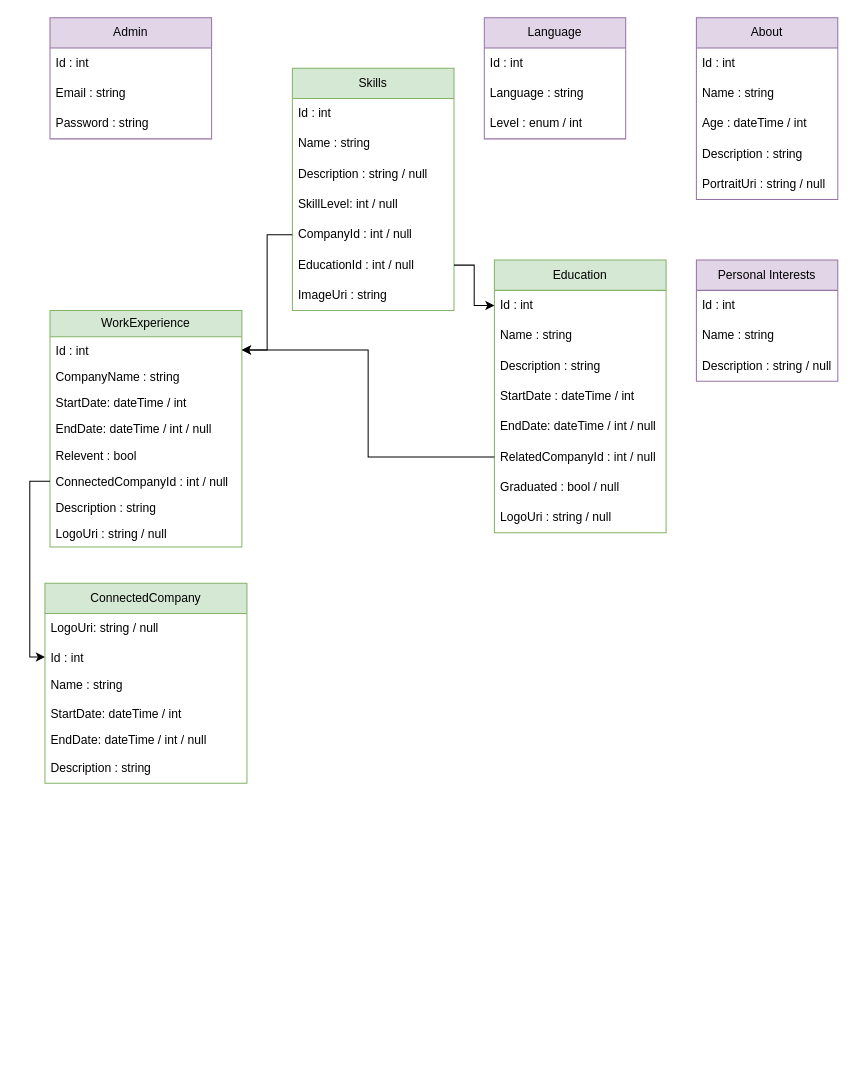
This is Planning/Backend/DatabaseSchema.drawio from Agent00bad/Examensarbete, a draw.io file, before an edit. Source tidied: cells renumbered, new cells numbered last; positions are measured from the earlier drawing's top-left corner, leaving out a move shared by most shapes. Both pictures are drawn from the tidied source at 101%, with x=0, y=0 at pixel (44, 17).
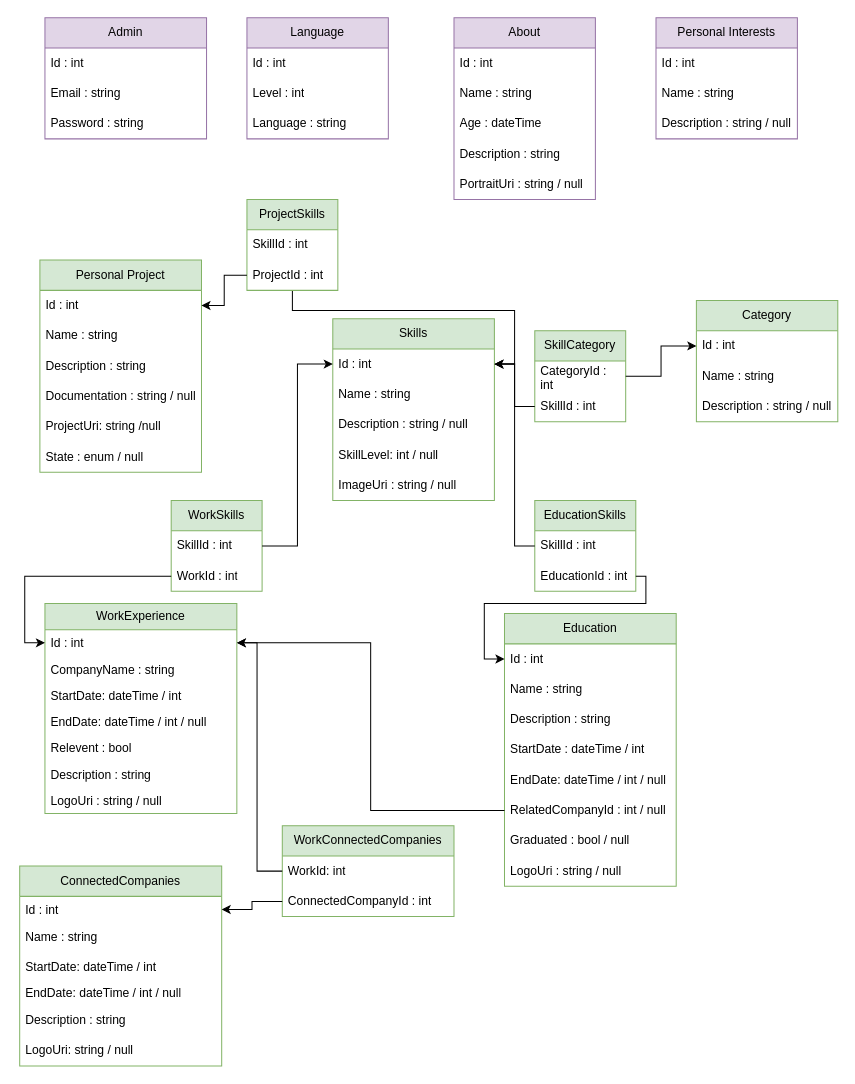
The same diagram, later.

The change refers to these unchanged cells:
```xml
<mxCell id="7" value="Id : int" style="text;strokeColor=none;fillColor=none;align=left;verticalAlign=top;spacingLeft=4;spacingRight=4;overflow=hidden;points=[[0,0.5],[1,0.5]];portConstraint=eastwest;whiteSpace=wrap;html=1;" parent="6" vertex="1">
  <mxGeometry y="26" width="190" height="26" as="geometry" />
</mxCell>
<mxCell id="23" value="Id : int" style="text;strokeColor=none;fillColor=none;align=left;verticalAlign=middle;spacingLeft=4;spacingRight=4;overflow=hidden;points=[[0,0.5],[1,0.5]];portConstraint=eastwest;whiteSpace=wrap;html=1;" parent="22" vertex="1">
  <mxGeometry y="30" width="160" height="30" as="geometry" />
</mxCell>
<mxCell id="32" value="Id : int" style="text;strokeColor=none;fillColor=none;align=left;verticalAlign=middle;spacingLeft=4;spacingRight=4;overflow=hidden;points=[[0,0.5],[1,0.5]];portConstraint=eastwest;whiteSpace=wrap;html=1;" parent="31" vertex="1">
  <mxGeometry y="30" width="170" height="30" as="geometry" />
</mxCell>
```

The edit, as a diff of the source:
```diff
@@
     <mxCell id="2" value="Admin" style="swimlane;fontStyle=0;horizontal=1;startSize=30;whiteSpace=wrap;html=1;fillColor=#e1d5e7;strokeColor=#9673a6;" parent="1" vertex="1">
-      <mxGeometry x="5" width="160" height="120" as="geometry" />
+      <mxGeometry width="160" height="120" as="geometry" />
     </mxCell>
@@
     <mxCell id="6" value="WorkExperience" style="swimlane;fontStyle=0;horizontal=1;startSize=26;fillColor=#d5e8d4;whiteSpace=wrap;html=1;strokeColor=#82b366;" parent="1" vertex="1">
-      <mxGeometry x="5" y="290" width="190" height="234" as="geometry" />
+      <mxGeometry y="580" width="190" height="208" as="geometry" />
     </mxCell>
@@
-    <mxCell id="12" value="ConnectedCompanyId : int / null" style="text;align=left;verticalAlign=top;spacingLeft=4;spacingRight=4;overflow=hidden;points=[[0,0.5],[1,0.5]];portConstraint=eastwest;whiteSpace=wrap;html=1;" parent="6" vertex="1">
-      <mxGeometry y="156" width="190" height="26" as="geometry" />
-    </mxCell>
     <mxCell id="13" value="Description : string" style="text;strokeColor=none;fillColor=none;align=left;verticalAlign=top;spacingLeft=4;spacingRight=4;overflow=hidden;whiteSpace=wrap;html=1;" parent="6" vertex="1">
-      <mxGeometry y="182" width="190" height="26" as="geometry" />
+      <mxGeometry y="156" width="190" height="26" as="geometry" />
     </mxCell>
     <mxCell id="14" value="LogoUri : string / null" style="text;strokeColor=none;fillColor=none;align=left;verticalAlign=top;spacingLeft=4;spacingRight=4;overflow=hidden;whiteSpace=wrap;html=1;" parent="6" vertex="1">
-      <mxGeometry y="208" width="190" height="26" as="geometry" />
+      <mxGeometry y="182" width="190" height="26" as="geometry" />
     </mxCell>
-    <mxCell id="15" value="ConnectedCompany" style="swimlane;fontStyle=0;horizontal=1;startSize=30;whiteSpace=wrap;html=1;fillColor=#d5e8d4;strokeColor=#82b366;" parent="1" vertex="1">
-      <mxGeometry y="560" width="200" height="198" as="geometry" />
+    <mxCell id="15" value="ConnectedCompanies" style="swimlane;fontStyle=0;horizontal=1;startSize=30;whiteSpace=wrap;html=1;fillColor=#d5e8d4;strokeColor=#82b366;" parent="1" vertex="1">
+      <mxGeometry x="-25" y="840" width="200" height="198" as="geometry" />
     </mxCell>
-    <mxCell id="16" value="LogoUri: string / null" style="text;strokeColor=none;fillColor=none;align=left;verticalAlign=middle;spacingLeft=4;spacingRight=4;overflow=hidden;whiteSpace=wrap;html=1;" parent="15" vertex="1">
-      <mxGeometry y="30" width="200" height="30" as="geometry" />
-    </mxCell>
     <mxCell id="17" value="Id : int" style="text;strokeColor=none;fillColor=none;align=left;verticalAlign=top;spacingLeft=4;spacingRight=4;overflow=hidden;points=[[0,0.5],[1,0.5]];portConstraint=eastwest;whiteSpace=wrap;html=1;" parent="15" vertex="1">
-      <mxGeometry y="60" width="200" height="26" as="geometry" />
+      <mxGeometry y="30" width="200" height="26" as="geometry" />
     </mxCell>
     <mxCell id="18" value="Name : string" style="text;strokeColor=none;fillColor=none;align=left;verticalAlign=middle;spacingLeft=4;spacingRight=4;overflow=hidden;whiteSpace=wrap;html=1;" parent="15" vertex="1">
-      <mxGeometry y="86" width="200" height="30" as="geometry" />
+      <mxGeometry y="56" width="200" height="30" as="geometry" />
     </mxCell>
     <mxCell id="19" value="StartDate: dateTime / int" style="text;strokeColor=none;fillColor=none;align=left;verticalAlign=top;spacingLeft=4;spacingRight=4;overflow=hidden;whiteSpace=wrap;html=1;" parent="15" vertex="1">
-      <mxGeometry y="116" width="200" height="26" as="geometry" />
+      <mxGeometry y="86" width="200" height="26" as="geometry" />
     </mxCell>
     <mxCell id="20" value="EndDate: dateTime / int / null" style="text;strokeColor=none;fillColor=none;align=left;verticalAlign=top;spacingLeft=4;spacingRight=4;overflow=hidden;whiteSpace=wrap;html=1;" parent="15" vertex="1">
-      <mxGeometry y="142" width="200" height="26" as="geometry" />
+      <mxGeometry y="112" width="200" height="26" as="geometry" />
     </mxCell>
     <mxCell id="21" value="Description : string" style="text;strokeColor=none;fillColor=none;align=left;verticalAlign=middle;spacingLeft=4;spacingRight=4;overflow=hidden;whiteSpace=wrap;html=1;" parent="15" vertex="1">
-      <mxGeometry y="168" width="200" height="30" as="geometry" />
+      <mxGeometry y="138" width="200" height="30" as="geometry" />
     </mxCell>
+    <mxCell id="16" value="LogoUri: string / null" style="text;strokeColor=none;fillColor=none;align=left;verticalAlign=middle;spacingLeft=4;spacingRight=4;overflow=hidden;whiteSpace=wrap;html=1;" parent="15" vertex="1">
+      <mxGeometry y="168" width="200" height="30" as="geometry" />
+    </mxCell>
     <mxCell id="22" value="Skills" style="swimlane;fontStyle=0;horizontal=1;startSize=30;whiteSpace=wrap;html=1;fillColor=#d5e8d4;strokeColor=#82b366;" parent="1" vertex="1">
-      <mxGeometry x="245" y="50" width="160" height="240" as="geometry" />
+      <mxGeometry x="285" y="298" width="160" height="180" as="geometry" />
     </mxCell>
@@
-    <mxCell id="27" value="CompanyId : int / null" style="text;strokeColor=none;fillColor=none;align=left;verticalAlign=middle;spacingLeft=4;spacingRight=4;overflow=hidden;points=[[0,0.5],[1,0.5]];portConstraint=eastwest;whiteSpace=wrap;html=1;" parent="22" vertex="1">
-      <mxGeometry y="150" width="160" height="30" as="geometry" />
-    </mxCell>
-    <mxCell id="28" value="EducationId : int / null" style="text;strokeColor=none;fillColor=none;align=left;verticalAlign=middle;spacingLeft=4;spacingRight=4;overflow=hidden;points=[[0,0.5],[1,0.5]];portConstraint=eastwest;whiteSpace=wrap;html=1;" parent="22" vertex="1">
-      <mxGeometry y="180" width="160" height="30" as="geometry" />
-    </mxCell>
-    <mxCell id="29" value="ImageUri : string" style="text;align=left;verticalAlign=middle;spacingLeft=4;spacingRight=4;overflow=hidden;whiteSpace=wrap;html=1;" parent="22" vertex="1">
-      <mxGeometry y="210" width="160" height="30" as="geometry" />
+    <mxCell id="29" value="ImageUri : string / null" style="text;align=left;verticalAlign=middle;spacingLeft=4;spacingRight=4;overflow=hidden;whiteSpace=wrap;html=1;" parent="22" vertex="1">
+      <mxGeometry y="150" width="160" height="30" as="geometry" />
     </mxCell>
-    <mxCell id="30" style="edgeStyle=orthogonalEdgeStyle;rounded=0;jettySize=auto;html=1;entryX=1;entryY=0.5;entryDx=0;entryDy=0;" parent="1" edge="1" source="27" target="7">
-      <mxGeometry relative="1" as="geometry" />
-    </mxCell>
     <mxCell id="31" value="Education" style="swimlane;fontStyle=0;horizontal=1;startSize=30;whiteSpace=wrap;html=1;fillColor=#d5e8d4;strokeColor=#82b366;" parent="1" vertex="1">
-      <mxGeometry x="445" y="240" width="170" height="270" as="geometry" />
+      <mxGeometry x="455" y="590" width="170" height="270" as="geometry" />
     </mxCell>
@@
-    <mxCell id="40" style="edgeStyle=orthogonalEdgeStyle;rounded=0;jettySize=auto;html=1;entryX=0;entryY=0.5;entryDx=0;entryDy=0;" parent="1" edge="1" source="28" target="32">
-      <mxGeometry relative="1" as="geometry" />
-    </mxCell>
@@
     <mxCell id="42" value="About" style="swimlane;fontStyle=0;horizontal=1;startSize=30;whiteSpace=wrap;html=1;fillColor=#e1d5e7;strokeColor=#9673a6;" parent="1" vertex="1">
-      <mxGeometry x="645" width="140" height="180" as="geometry" />
+      <mxGeometry x="405" width="140" height="180" as="geometry" />
     </mxCell>
@@
-    <mxCell id="45" value="Age : dateTime / int" style="text;strokeColor=none;fillColor=none;align=left;verticalAlign=middle;spacingLeft=4;spacingRight=4;overflow=hidden;whiteSpace=wrap;html=1;" parent="42" vertex="1">
+    <mxCell id="45" value="Age : dateTime" style="text;strokeColor=none;fillColor=none;align=left;verticalAlign=middle;spacingLeft=4;spacingRight=4;overflow=hidden;whiteSpace=wrap;html=1;" parent="42" vertex="1">
       <mxGeometry y="90" width="140" height="30" as="geometry" />
     </mxCell>
@@
-    <mxCell id="48" style="edgeStyle=orthogonalEdgeStyle;rounded=0;jettySize=auto;html=1;entryX=0;entryY=0.5;entryDx=0;entryDy=0;" parent="1" edge="1" source="12" target="17">
-      <mxGeometry relative="1" as="geometry" />
-    </mxCell>
     <mxCell id="49" value="Language" style="swimlane;fontStyle=0;horizontal=1;startSize=30;whiteSpace=wrap;html=1;fillColor=#e1d5e7;strokeColor=#9673a6;" parent="1" vertex="1">
-      <mxGeometry x="435" width="140" height="120" as="geometry" />
+      <mxGeometry x="200" width="140" height="120" as="geometry" />
     </mxCell>
@@
+    <mxCell id="52" value="Level : int" style="text;strokeColor=none;fillColor=none;align=left;verticalAlign=middle;spacingLeft=4;spacingRight=4;overflow=hidden;whiteSpace=wrap;html=1;" parent="49" vertex="1">
+      <mxGeometry y="60" width="140" height="30" as="geometry" />
+    </mxCell>
     <mxCell id="51" value="Language : string " style="text;strokeColor=none;fillColor=none;align=left;verticalAlign=middle;spacingLeft=4;spacingRight=4;overflow=hidden;whiteSpace=wrap;html=1;" parent="49" vertex="1">
-      <mxGeometry y="60" width="140" height="30" as="geometry" />
+      <mxGeometry y="90" width="140" height="30" as="geometry" />
     </mxCell>
-    <mxCell id="52" value="Level : enum / int" style="text;strokeColor=none;fillColor=none;align=left;verticalAlign=middle;spacingLeft=4;spacingRight=4;overflow=hidden;whiteSpace=wrap;html=1;" parent="49" vertex="1">
-      <mxGeometry y="90" width="140" height="30" as="geometry" />
-    </mxCell>
     <mxCell id="53" value="Personal Interests" style="swimlane;fontStyle=0;horizontal=1;startSize=30;whiteSpace=wrap;html=1;fillColor=#e1d5e7;strokeColor=#9673a6;" parent="1" vertex="1">
-      <mxGeometry x="645" y="240" width="140" height="120" as="geometry" />
+      <mxGeometry x="605" width="140" height="120" as="geometry" />
     </mxCell>
@@
+    <mxCell id="57" value="Personal Project" style="swimlane;fontStyle=0;horizontal=1;startSize=30;whiteSpace=wrap;html=1;fillColor=#d5e8d4;strokeColor=#82b366;shadow=0;" parent="1" vertex="1">
+      <mxGeometry x="-5" y="240" width="160" height="210" as="geometry" />
+    </mxCell>
+    <mxCell id="58" value="Id : int" style="text;strokeColor=none;fillColor=none;align=left;verticalAlign=middle;spacingLeft=4;spacingRight=4;overflow=hidden;points=[[0,0.5],[1,0.5]];portConstraint=eastwest;whiteSpace=wrap;html=1;" parent="57" vertex="1">
+      <mxGeometry y="30" width="160" height="30" as="geometry" />
+    </mxCell>
+    <mxCell id="59" value="Name : string&lt;span style=&quot;white-space: pre;&quot;&gt;&#9;&lt;/span&gt;" style="text;strokeColor=none;fillColor=none;align=left;verticalAlign=middle;spacingLeft=4;spacingRight=4;overflow=hidden;whiteSpace=wrap;html=1;" parent="57" vertex="1">
+      <mxGeometry y="60" width="160" height="30" as="geometry" />
+    </mxCell>
+    <mxCell id="60" value="Description : string" style="text;strokeColor=none;fillColor=none;align=left;verticalAlign=middle;spacingLeft=4;spacingRight=4;overflow=hidden;whiteSpace=wrap;html=1;" parent="57" vertex="1">
+      <mxGeometry y="90" width="160" height="30" as="geometry" />
+    </mxCell>
+    <mxCell id="61" value="Documentation : string / null" style="text;align=left;verticalAlign=middle;spacingLeft=4;spacingRight=4;overflow=hidden;whiteSpace=wrap;html=1;" parent="57" vertex="1">
+      <mxGeometry y="120" width="160" height="30" as="geometry" />
+    </mxCell>
+    <mxCell id="62" value="ProjectUri: string /null" style="text;strokeColor=none;fillColor=none;align=left;verticalAlign=middle;spacingLeft=4;spacingRight=4;overflow=hidden;whiteSpace=wrap;html=1;" parent="57" vertex="1">
+      <mxGeometry y="150" width="160" height="30" as="geometry" />
+    </mxCell>
+    <mxCell id="63" value="State : enum / null" style="text;align=left;verticalAlign=middle;spacingLeft=4;spacingRight=4;overflow=hidden;whiteSpace=wrap;html=1;" parent="57" vertex="1">
+      <mxGeometry y="180" width="160" height="30" as="geometry" />
+    </mxCell>
+    <mxCell id="64" style="edgeStyle=orthogonalEdgeStyle;rounded=0;jettySize=auto;html=1;entryX=1;entryY=0.5;entryDx=0;entryDy=0;" parent="1" edge="1" source="65" target="23">
+      <mxGeometry relative="1" as="geometry">
+        <Array as="points">
+          <mxPoint x="245" y="290" />
+          <mxPoint x="465" y="290" />
+          <mxPoint x="465" y="343" />
+        </Array>
+      </mxGeometry>
+    </mxCell>
+    <mxCell id="65" value="ProjectSkills" style="swimlane;fontStyle=0;horizontal=1;startSize=30;whiteSpace=wrap;html=1;fillColor=#d5e8d4;strokeColor=#82b366;" parent="1" vertex="1">
+      <mxGeometry x="200" y="180" width="90" height="90" as="geometry" />
+    </mxCell>
+    <mxCell id="66" value="SkillId : int" style="text;strokeColor=none;fillColor=none;align=left;verticalAlign=middle;spacingLeft=4;spacingRight=4;overflow=hidden;whiteSpace=wrap;html=1;" parent="65" vertex="1">
+      <mxGeometry y="30" width="90" height="30" as="geometry" />
+    </mxCell>
+    <mxCell id="67" value="ProjectId : int" style="text;strokeColor=none;fillColor=none;align=left;verticalAlign=middle;spacingLeft=4;spacingRight=4;overflow=hidden;points=[[0,0.5],[1,0.5]];portConstraint=eastwest;whiteSpace=wrap;html=1;" parent="65" vertex="1">
+      <mxGeometry y="60" width="90" height="30" as="geometry" />
+    </mxCell>
+    <mxCell id="68" style="edgeStyle=orthogonalEdgeStyle;rounded=0;jettySize=auto;html=1;entryX=1;entryY=0.5;entryDx=0;entryDy=0;" parent="1" edge="1" source="67" target="58">
+      <mxGeometry relative="1" as="geometry" />
+    </mxCell>
+    <mxCell id="69" value="EducationSkills" style="swimlane;fontStyle=0;horizontal=1;startSize=30;whiteSpace=wrap;html=1;fillColor=#d5e8d4;strokeColor=#82b366;" parent="1" vertex="1">
+      <mxGeometry x="485" y="478" width="100" height="90" as="geometry" />
+    </mxCell>
+    <mxCell id="70" value="SkillId : int" style="text;strokeColor=none;fillColor=none;align=left;verticalAlign=middle;spacingLeft=4;spacingRight=4;overflow=hidden;points=[[0,0.5],[1,0.5]];portConstraint=eastwest;whiteSpace=wrap;html=1;" parent="69" vertex="1">
+      <mxGeometry y="30" width="100" height="30" as="geometry" />
+    </mxCell>
+    <mxCell id="71" value="EducationId : int" style="text;strokeColor=none;fillColor=none;align=left;verticalAlign=middle;spacingLeft=4;spacingRight=4;overflow=hidden;points=[[0,0.5],[1,0.5]];portConstraint=eastwest;whiteSpace=wrap;html=1;" parent="69" vertex="1">
+      <mxGeometry y="60" width="100" height="30" as="geometry" />
+    </mxCell>
+    <mxCell id="72" style="edgeStyle=orthogonalEdgeStyle;rounded=0;jettySize=auto;html=1;entryX=1;entryY=0.5;entryDx=0;entryDy=0;" parent="1" edge="1" source="70" target="23">
+      <mxGeometry relative="1" as="geometry" />
+    </mxCell>
+    <mxCell id="73" style="edgeStyle=orthogonalEdgeStyle;rounded=0;jettySize=auto;html=1;entryX=0;entryY=0.5;entryDx=0;entryDy=0;" parent="1" edge="1" source="71" target="32">
+      <mxGeometry relative="1" as="geometry">
+        <Array as="points">
+          <mxPoint x="595" y="553" />
+          <mxPoint x="595" y="580" />
+          <mxPoint x="435" y="580" />
+          <mxPoint x="435" y="635" />
+        </Array>
+      </mxGeometry>
+    </mxCell>
+    <mxCell id="74" value="WorkSkills" style="swimlane;fontStyle=0;horizontal=1;startSize=30;whiteSpace=wrap;html=1;fillColor=#d5e8d4;strokeColor=#82b366;" parent="1" vertex="1">
+      <mxGeometry x="125" y="478" width="90" height="90" as="geometry" />
+    </mxCell>
+    <mxCell id="75" value="SkillId : int" style="text;strokeColor=none;fillColor=none;align=left;verticalAlign=middle;spacingLeft=4;spacingRight=4;overflow=hidden;points=[[0,0.5],[1,0.5]];portConstraint=eastwest;whiteSpace=wrap;html=1;" parent="74" vertex="1">
+      <mxGeometry y="30" width="90" height="30" as="geometry" />
+    </mxCell>
+    <mxCell id="76" value="WorkId : int" style="text;strokeColor=none;fillColor=none;align=left;verticalAlign=middle;spacingLeft=4;spacingRight=4;overflow=hidden;points=[[0,0.5],[1,0.5]];portConstraint=eastwest;whiteSpace=wrap;html=1;" parent="74" vertex="1">
+      <mxGeometry y="60" width="90" height="30" as="geometry" />
+    </mxCell>
+    <mxCell id="77" style="edgeStyle=orthogonalEdgeStyle;rounded=0;jettySize=auto;html=1;entryX=0;entryY=0.5;entryDx=0;entryDy=0;" parent="1" edge="1" source="76" target="7">
+      <mxGeometry relative="1" as="geometry" />
+    </mxCell>
+    <mxCell id="78" value="WorkConnectedCompanies" style="swimlane;fontStyle=0;horizontal=1;startSize=30;whiteSpace=wrap;html=1;fillColor=#d5e8d4;strokeColor=#82b366;" parent="1" vertex="1">
+      <mxGeometry x="235" y="800" width="170" height="90" as="geometry" />
+    </mxCell>
+    <mxCell id="79" value="WorkId: int" style="text;strokeColor=none;fillColor=none;align=left;verticalAlign=middle;spacingLeft=4;spacingRight=4;overflow=hidden;points=[[0,0.5],[1,0.5]];portConstraint=eastwest;whiteSpace=wrap;html=1;" parent="78" vertex="1">
+      <mxGeometry y="30" width="170" height="30" as="geometry" />
+    </mxCell>
+    <mxCell id="80" value="ConnectedCompanyId : int" style="text;strokeColor=none;fillColor=none;align=left;verticalAlign=middle;spacingLeft=4;spacingRight=4;overflow=hidden;points=[[0,0.5],[1,0.5]];portConstraint=eastwest;whiteSpace=wrap;html=1;" parent="78" vertex="1">
+      <mxGeometry y="60" width="170" height="30" as="geometry" />
+    </mxCell>
+    <mxCell id="81" style="edgeStyle=orthogonalEdgeStyle;rounded=0;jettySize=auto;html=1;entryX=0;entryY=0.5;entryDx=0;entryDy=0;" parent="1" edge="1" source="75" target="23">
+      <mxGeometry relative="1" as="geometry" />
+    </mxCell>
+    <mxCell id="82" style="edgeStyle=orthogonalEdgeStyle;rounded=0;jettySize=auto;html=1;entryX=1;entryY=0.5;entryDx=0;entryDy=0;" parent="1" edge="1" source="80" target="17">
+      <mxGeometry relative="1" as="geometry" />
+    </mxCell>
+    <mxCell id="83" style="edgeStyle=orthogonalEdgeStyle;rounded=0;jettySize=auto;html=1;entryX=1;entryY=0.5;entryDx=0;entryDy=0;" parent="1" edge="1" source="79" target="7">
+      <mxGeometry relative="1" as="geometry">
+        <Array as="points">
+          <mxPoint x="210" y="845" />
+          <mxPoint x="210" y="619" />
+        </Array>
+      </mxGeometry>
+    </mxCell>
+    <mxCell id="84" value="Category" style="swimlane;fontStyle=0;horizontal=1;startSize=30;whiteSpace=wrap;html=1;fillColor=#d5e8d4;strokeColor=#82b366;" parent="1" vertex="1">
+      <mxGeometry x="645" y="280" width="140" height="120" as="geometry" />
+    </mxCell>
+    <mxCell id="85" value="Id : int" style="text;strokeColor=none;fillColor=none;align=left;verticalAlign=middle;spacingLeft=4;spacingRight=4;overflow=hidden;points=[[0,0.5],[1,0.5]];portConstraint=eastwest;whiteSpace=wrap;html=1;" parent="84" vertex="1">
+      <mxGeometry y="30" width="140" height="30" as="geometry" />
+    </mxCell>
+    <mxCell id="86" value="Name : string" style="text;strokeColor=none;fillColor=none;align=left;verticalAlign=middle;spacingLeft=4;spacingRight=4;overflow=hidden;whiteSpace=wrap;html=1;" parent="84" vertex="1">
+      <mxGeometry y="60" width="140" height="30" as="geometry" />
+    </mxCell>
+    <mxCell id="87" value="Description : string / null" style="text;strokeColor=none;fillColor=none;align=left;verticalAlign=middle;spacingLeft=4;spacingRight=4;overflow=hidden;whiteSpace=wrap;html=1;" parent="84" vertex="1">
+      <mxGeometry y="90" width="140" height="30" as="geometry" />
+    </mxCell>
+    <mxCell id="88" value="SkillCategory" style="swimlane;fontStyle=0;horizontal=1;startSize=30;whiteSpace=wrap;html=1;fillColor=#d5e8d4;strokeColor=#82b366;" parent="1" vertex="1">
+      <mxGeometry x="485" y="310" width="90" height="90" as="geometry" />
+    </mxCell>
+    <mxCell id="89" value="CategoryId : int" style="text;strokeColor=none;fillColor=none;align=left;verticalAlign=middle;spacingLeft=4;spacingRight=4;overflow=hidden;points=[[0,0.5],[1,0.5]];portConstraint=eastwest;whiteSpace=wrap;html=1;" parent="88" vertex="1">
+      <mxGeometry y="30" width="90" height="30" as="geometry" />
+    </mxCell>
+    <mxCell id="90" value="SkillId : int" style="text;strokeColor=none;fillColor=none;align=left;verticalAlign=middle;spacingLeft=4;spacingRight=4;overflow=hidden;points=[[0,0.5],[1,0.5]];portConstraint=eastwest;whiteSpace=wrap;html=1;" parent="88" vertex="1">
+      <mxGeometry y="60" width="90" height="30" as="geometry" />
+    </mxCell>
+    <mxCell id="91" style="edgeStyle=orthogonalEdgeStyle;rounded=0;jettySize=auto;html=1;entryX=0;entryY=0.5;entryDx=0;entryDy=0;" parent="1" edge="1" source="89" target="85">
+      <mxGeometry relative="1" as="geometry" />
+    </mxCell>
+    <mxCell id="92" style="edgeStyle=orthogonalEdgeStyle;rounded=0;jettySize=auto;html=1;entryX=1;entryY=0.5;entryDx=0;entryDy=0;" parent="1" edge="1" source="90" target="23">
+      <mxGeometry relative="1" as="geometry" />
+    </mxCell>
```
